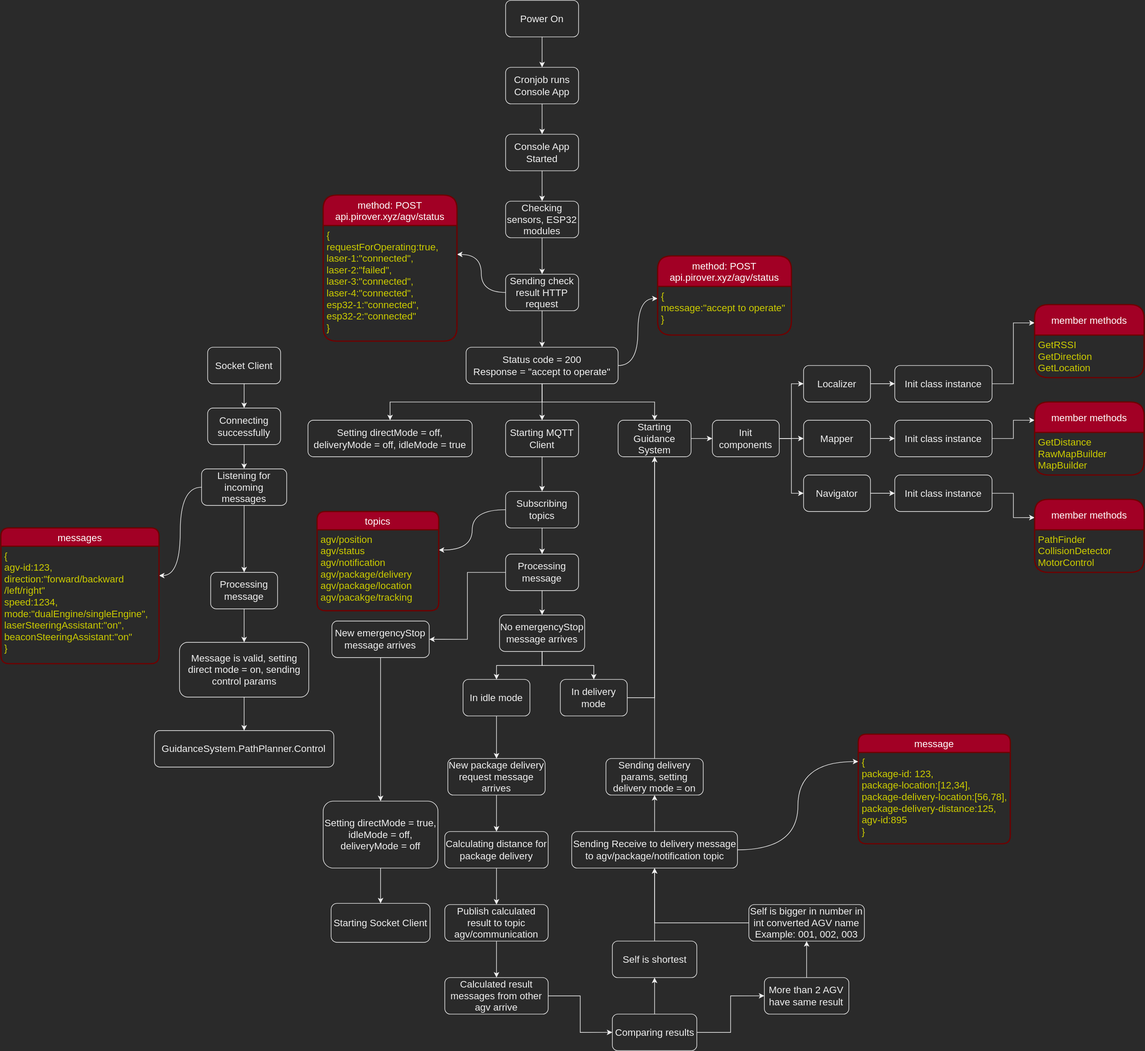
Earlier version of the draw.io export WorkFlows/AGV.svg (kirichain/AGV). Source tidied: cells renumbered, new cells last; positions are measured from the earlier drawing's top-left corner, leaving out a move shared by most shapes.
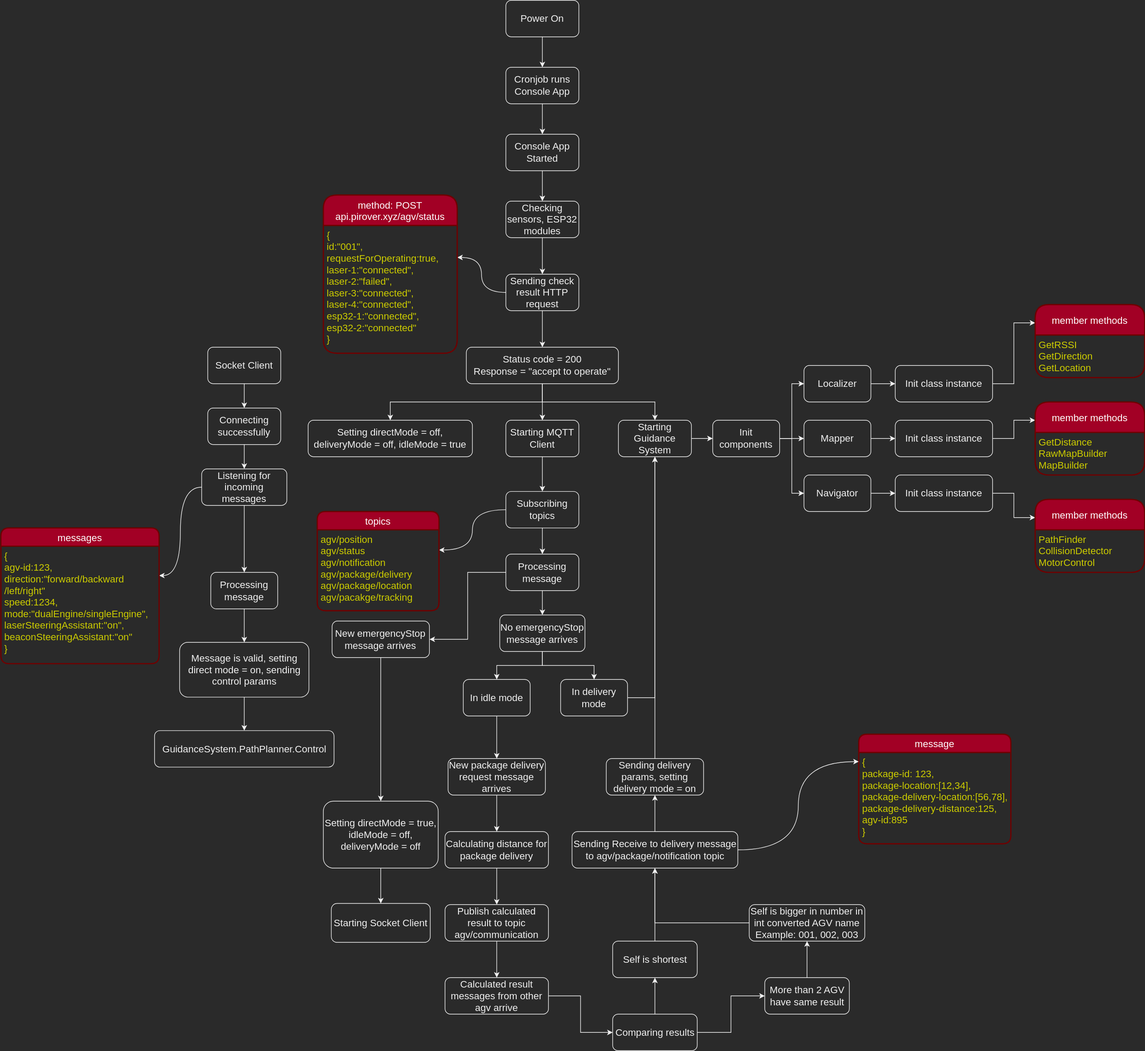
Later version of the same file.

What changed in the source:
```diff
@@ -36,17 +36,14 @@
       <mxGeometry x="830" y="450" width="120" height="60" as="geometry" />
     </mxCell>
     <mxCell id="13" value="method: POST&#10;api.pirover.xyz/agv/status" style="swimlane;horizontal=1;startSize=50;rounded=1;fontSize=16;fontStyle=0;strokeWidth=2;shadow=0;dashed=0;align=center;fillColor=#a20025;fontColor=#ffffff;strokeColor=#6F0000;" parent="1" vertex="1">
-      <mxGeometry x="530" y="320" width="220" height="240" as="geometry" />
+      <mxGeometry x="530" y="320" width="220" height="260" as="geometry" />
     </mxCell>
-    <mxCell id="14" value="{&#10;requestForOperating:true,&#10;laser-1:&quot;connected&quot;,&#10;laser-2:&quot;failed&quot;,&#10;laser-3:&quot;connected&quot;,&#10;laser-4:&quot;connected&quot;,&#10;esp32-1:&quot;connected&quot;,&#10;esp32-2:&quot;connected&quot;&#10;}" style="align=left;strokeColor=none;fillColor=none;spacingLeft=4;fontSize=16;verticalAlign=top;fontColor=#CCCC00;" parent="13" vertex="1">
-      <mxGeometry y="50" width="220" height="190" as="geometry" />
+    <mxCell id="14" value="{&#10;id:&quot;001&quot;,&#10;requestForOperating:true,&#10;laser-1:&quot;connected&quot;,&#10;laser-2:&quot;failed&quot;,&#10;laser-3:&quot;connected&quot;,&#10;laser-4:&quot;connected&quot;,&#10;esp32-1:&quot;connected&quot;,&#10;esp32-2:&quot;connected&quot;&#10;}" style="align=left;strokeColor=none;fillColor=none;spacingLeft=4;fontSize=16;verticalAlign=top;fontColor=#CCCC00;" parent="13" vertex="1">
+      <mxGeometry y="50" width="220" height="210" as="geometry" />
     </mxCell>
     <mxCell id="15" style="edgeStyle=orthogonalEdgeStyle;rounded=0;jettySize=auto;html=1;fontSize=16;" parent="1" edge="1" source="19" target="21">
       <mxGeometry relative="1" as="geometry" />
     </mxCell>
-    <mxCell id="16" style="edgeStyle=orthogonalEdgeStyle;rounded=0;jettySize=auto;html=1;fontSize=16;entryX=0;entryY=0.25;entryDx=0;entryDy=0;curved=1;" parent="1" edge="1" source="19" target="23">
-      <mxGeometry relative="1" as="geometry" />
-    </mxCell>
     <mxCell id="17" style="edgeStyle=orthogonalEdgeStyle;rounded=0;jettySize=auto;html=1;entryX=0.5;entryY=0;entryDx=0;entryDy=0;fontSize=16;" parent="1" edge="1" source="19" target="27">
       <mxGeometry relative="1" as="geometry" />
     </mxCell>
@@ -62,12 +59,6 @@
     <mxCell id="21" value="&lt;span style=&quot;font-size: 16px;&quot;&gt;Starting MQTT Client&lt;/span&gt;" style="rounded=1;whiteSpace=wrap;html=1;" parent="1" vertex="1">
       <mxGeometry x="830" y="690" width="120" height="60" as="geometry" />
     </mxCell>
-    <mxCell id="22" value="method: POST&#10;api.pirover.xyz/agv/status" style="swimlane;horizontal=1;startSize=50;rounded=1;fontSize=16;fontStyle=0;strokeWidth=2;shadow=0;dashed=0;align=center;fillColor=#a20025;fontColor=#ffffff;strokeColor=#6F0000;" parent="1" vertex="1">
-      <mxGeometry x="1080" y="420" width="220" height="130" as="geometry" />
-    </mxCell>
-    <mxCell id="23" value="{&#10;message:&quot;accept to operate&quot;&#10;}" style="align=left;strokeColor=none;fillColor=none;spacingLeft=4;fontSize=16;verticalAlign=top;fontColor=#CCCC00;" parent="22" vertex="1">
-      <mxGeometry y="50" width="220" height="80" as="geometry" />
-    </mxCell>
     <mxCell id="24" style="edgeStyle=orthogonalEdgeStyle;rounded=0;jettySize=auto;html=1;entryX=0.5;entryY=0;entryDx=0;entryDy=0;fontSize=16;" parent="1" edge="1" source="25" target="77">
       <mxGeometry relative="1" as="geometry" />
     </mxCell>
```
